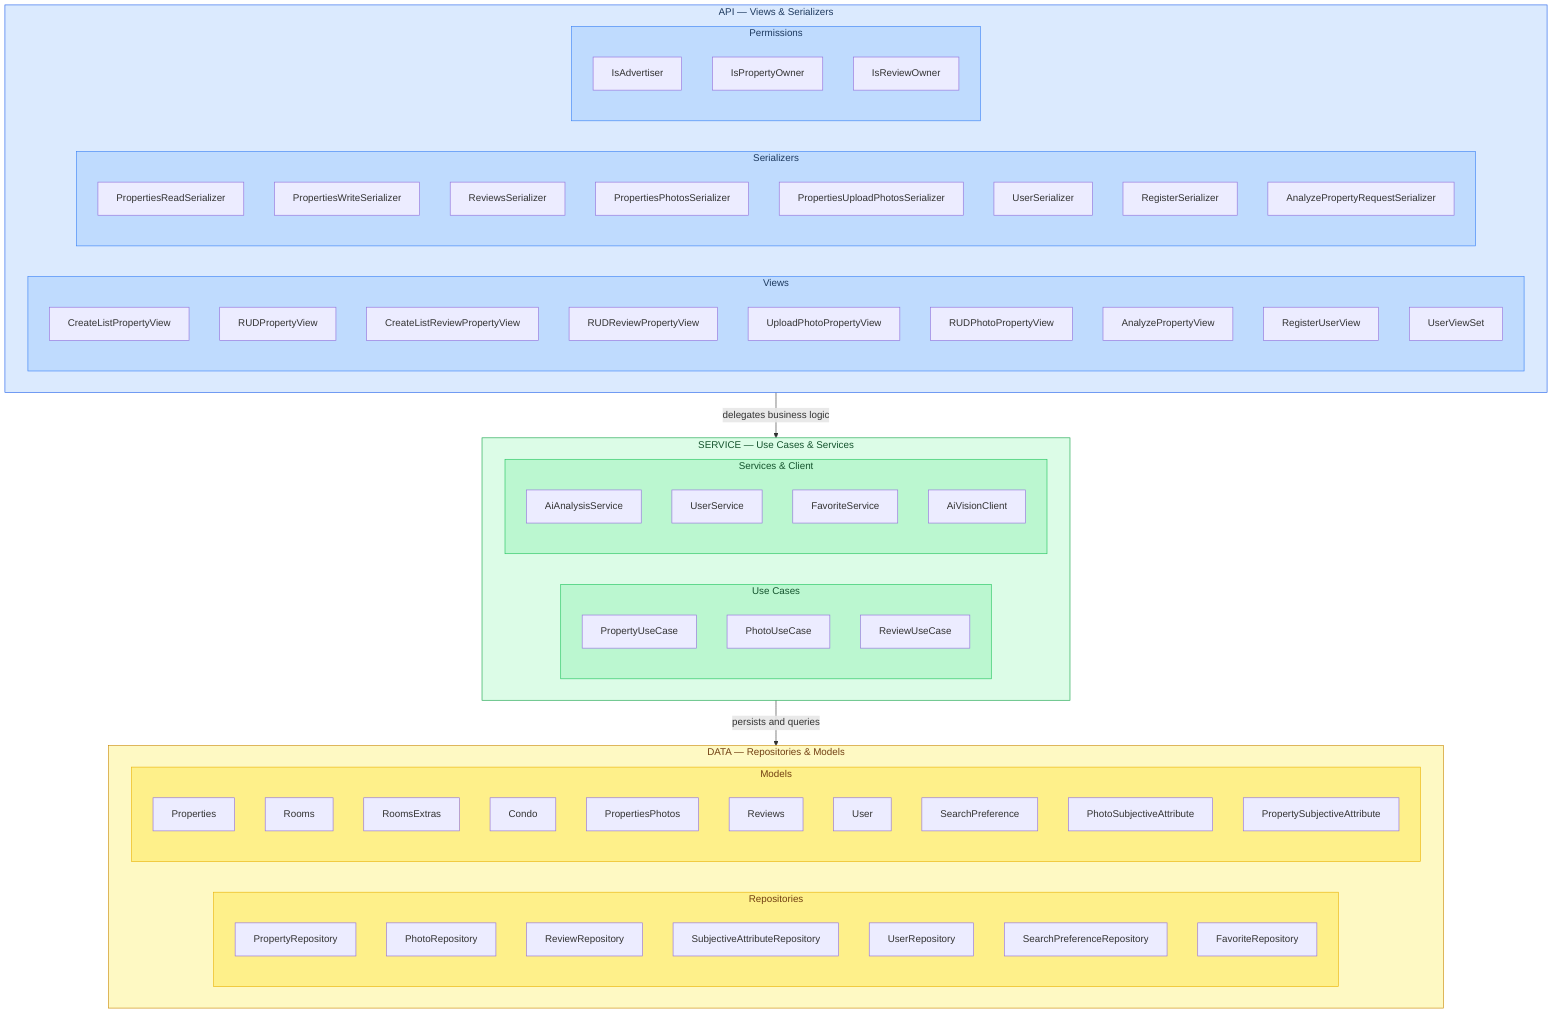
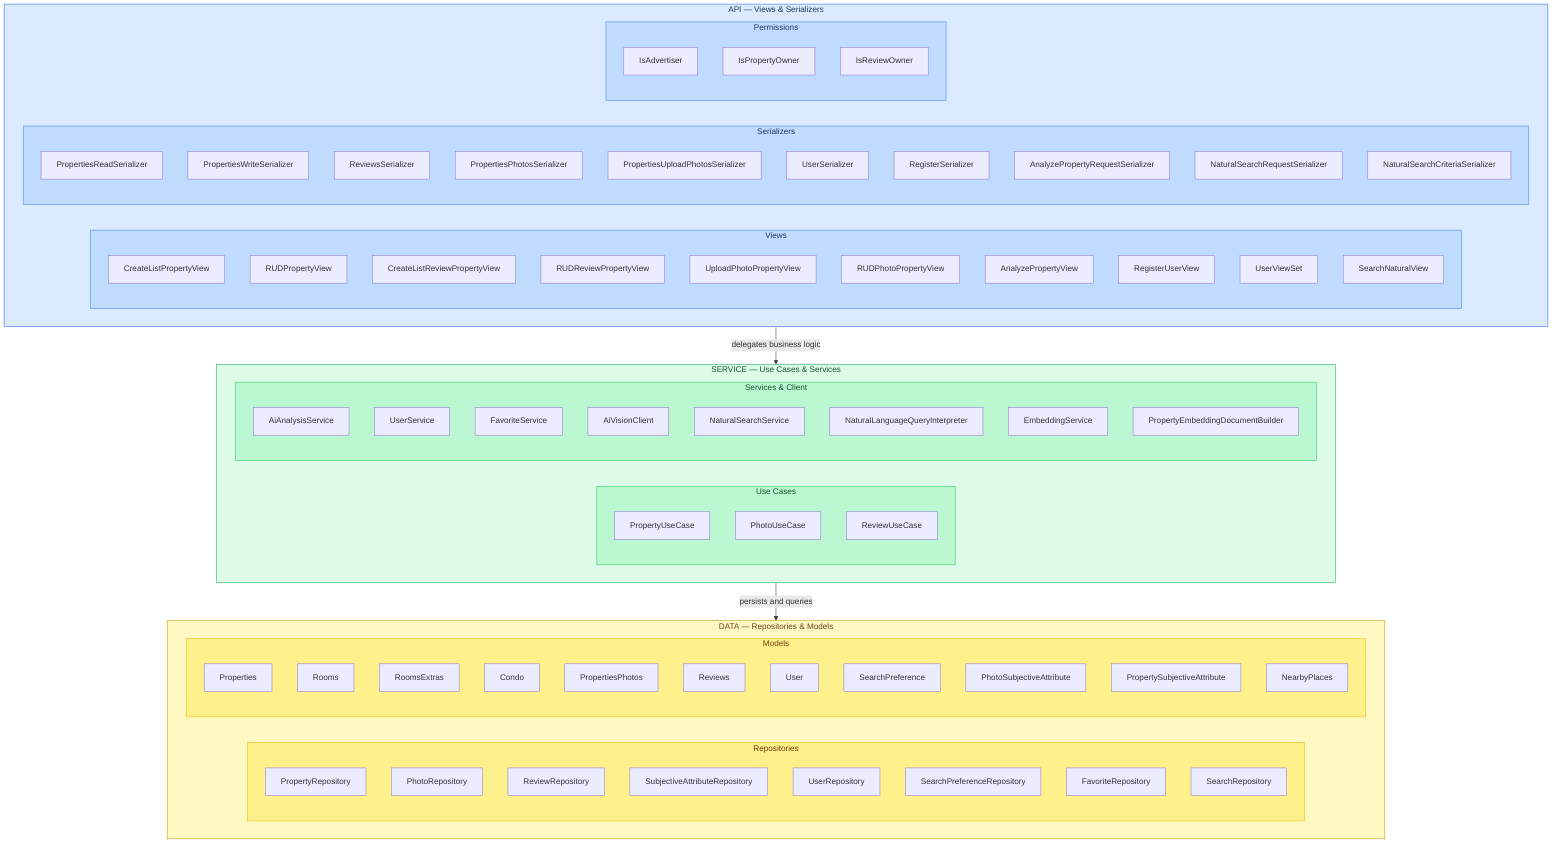
flowchart TB
    subgraph API["API — Views & Serializers"]
        direction LR
        subgraph VIEWS["Views"]
            V1["CreateListPropertyView"]
            V2["RUDPropertyView"]
            V3["CreateListReviewPropertyView"]
            V4["RUDReviewPropertyView"]
            V5["UploadPhotoPropertyView"]
            V6["RUDPhotoPropertyView"]
            V7["AnalyzePropertyView"]
            V8["RegisterUserView"]
            V9["UserViewSet"]
+             V10["SearchNaturalView"]
        end
        subgraph SERIAL["Serializers"]
            S1["PropertiesReadSerializer"]
            S2["PropertiesWriteSerializer"]
            S3["ReviewsSerializer"]
            S4["PropertiesPhotosSerializer"]
            S5["PropertiesUploadPhotosSerializer"]
            S6["UserSerializer"]
            S7["RegisterSerializer"]
            S8["AnalyzePropertyRequestSerializer"]
+             S9["NaturalSearchRequestSerializer"]
+             S10["NaturalSearchCriteriaSerializer"]
        end
        subgraph PERMS["Permissions"]
            P1["IsAdvertiser"]
            P2["IsPropertyOwner"]
            P3["IsReviewOwner"]
        end
    end

    subgraph SVC["SERVICE — Use Cases & Services"]
        direction LR
        subgraph UC["Use Cases"]
            UC1["PropertyUseCase"]
            UC2["PhotoUseCase"]
            UC3["ReviewUseCase"]
        end
        subgraph SVCS["Services & Client"]
            SV1["AiAnalysisService"]
            SV2["UserService"]
            SV3["FavoriteService"]
            CL1["AiVisionClient"]
+             SV4["NaturalSearchService"]
+             SV5["NaturalLanguageQueryInterpreter"]
+             SV6["EmbeddingService"]
+             SV7["PropertyEmbeddingDocumentBuilder"]
        end
    end

    subgraph DATA["DATA — Repositories & Models"]
        direction LR
        subgraph REPOS["Repositories"]
            R1["PropertyRepository"]
            R2["PhotoRepository"]
            R3["ReviewRepository"]
            R4["SubjectiveAttributeRepository"]
            R5["UserRepository"]
            R6["SearchPreferenceRepository"]
            R7["FavoriteRepository"]
+             R8["SearchRepository"]
        end
        subgraph MODELS["Models"]
            M1["Properties"]
            M2["Rooms"]
            M3["RoomsExtras"]
            M4["Condo"]
            M5["PropertiesPhotos"]
            M6["Reviews"]
            M7["User"]
            M8["SearchPreference"]
            M9["PhotoSubjectiveAttribute"]
            M10["PropertySubjectiveAttribute"]
+             M11["NearbyPlaces"]
        end
    end

    API -->|"delegates business logic"| SVC
    SVC -->|"persists and queries"| DATA

    style API fill:#dbeafe,stroke:#2563eb,color:#1e3a5f
    style SVC fill:#dcfce7,stroke:#16a34a,color:#14532d
    style DATA fill:#fef9c3,stroke:#ca8a04,color:#713f12
    style VIEWS fill:#bfdbfe,stroke:#3b82f6,color:#1e3a5f
    style SERIAL fill:#bfdbfe,stroke:#3b82f6,color:#1e3a5f
    style PERMS fill:#bfdbfe,stroke:#3b82f6,color:#1e3a5f
    style UC fill:#bbf7d0,stroke:#22c55e,color:#14532d
    style SVCS fill:#bbf7d0,stroke:#22c55e,color:#14532d
    style REPOS fill:#fef08a,stroke:#eab308,color:#713f12
    style MODELS fill:#fef08a,stroke:#eab308,color:#713f12
